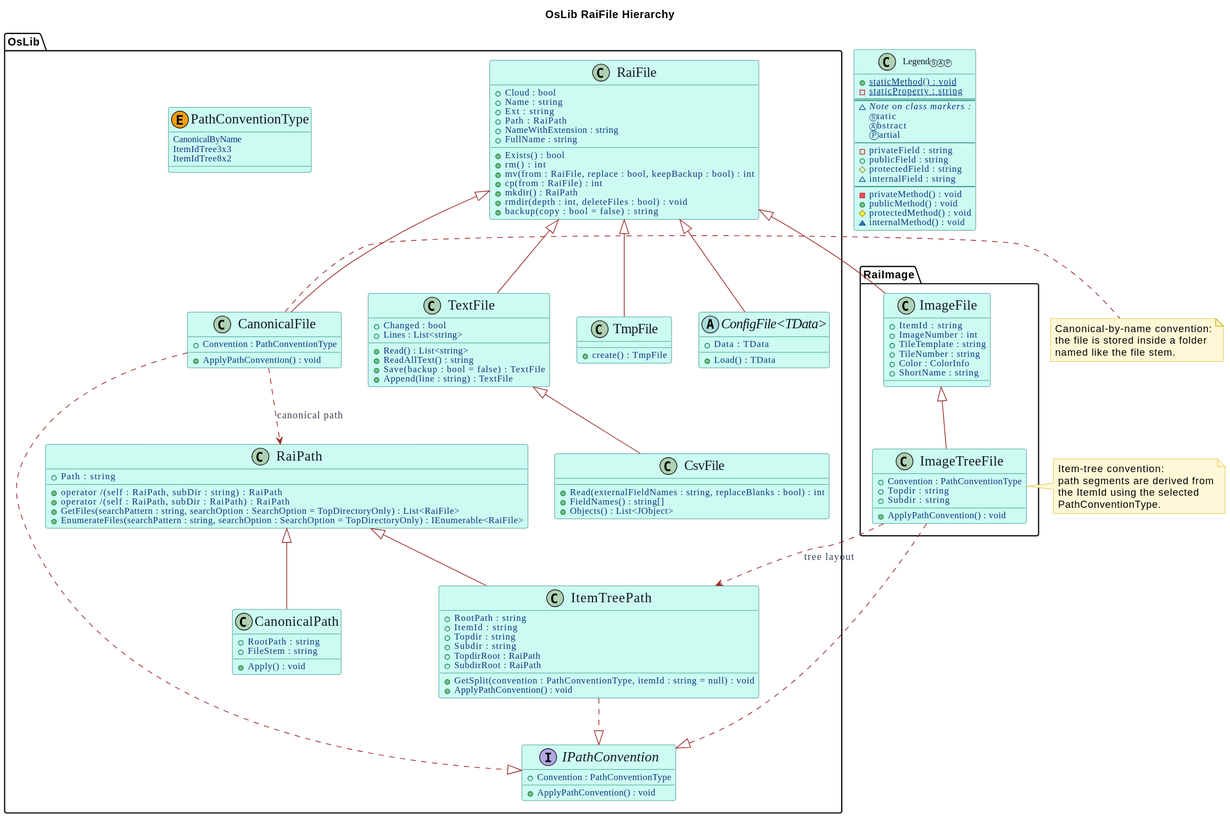
This is OsLib-RaiFile-Hierarchy.svg from Burkhardt/OsLib, a PlantUML export, as it was before one commit.
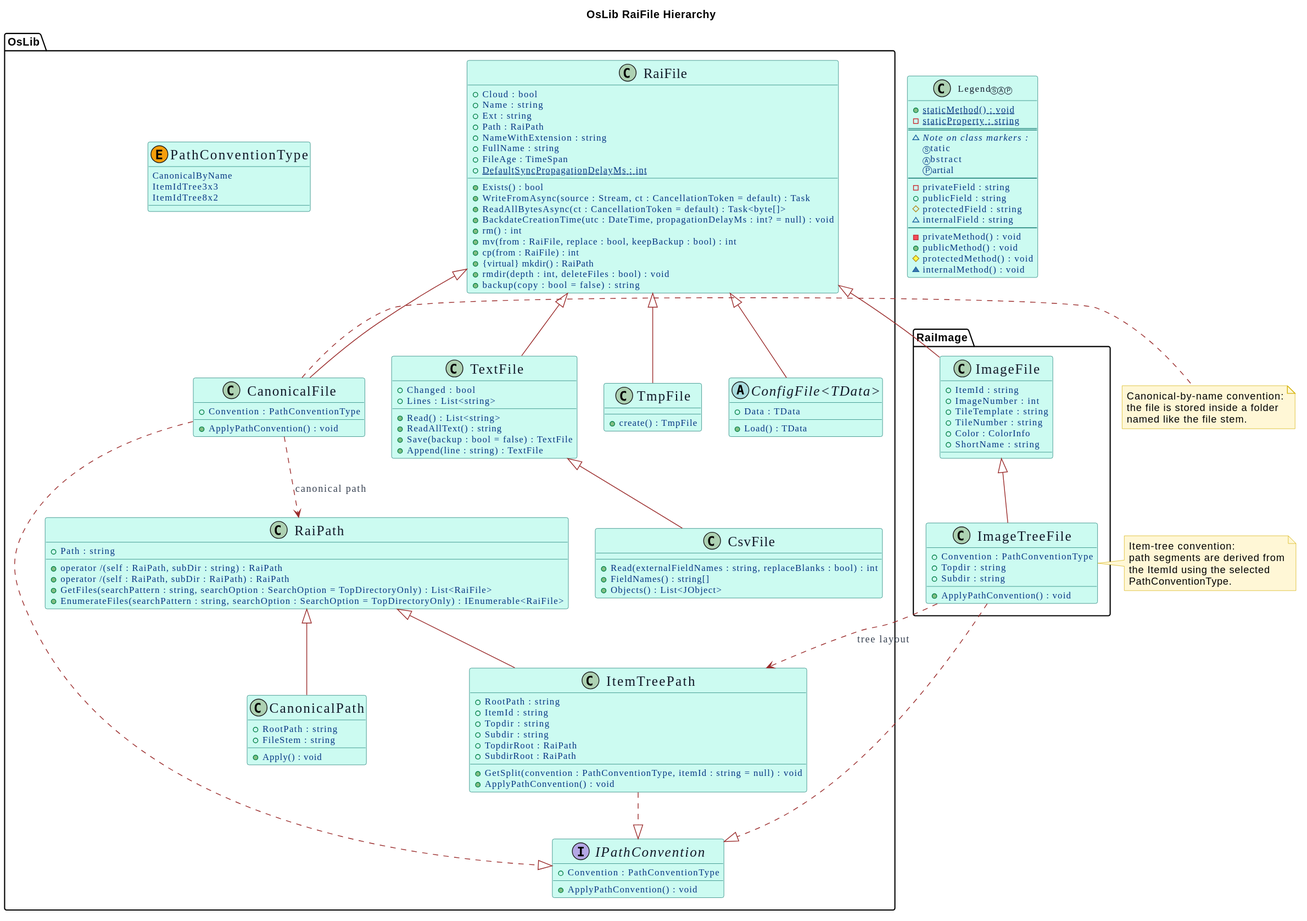
After the change.

The edit, as a diff of the source:
```diff
@@ -76,11 +76,16 @@
 		+Path : RaiPath
 		+NameWithExtension : string
 		+FullName : string
+		+FileAge : TimeSpan
+		+{static} DefaultSyncPropagationDelayMs : int
 		+Exists() : bool
+		+WriteFromAsync(source : Stream, ct : CancellationToken = default) : Task
+		+ReadAllBytesAsync(ct : CancellationToken = default) : Task<byte[]>
+		+BackdateCreationTime(utc : DateTime, propagationDelayMs : int? = null) : void
 		+rm() : int
 		+mv(from : RaiFile, replace : bool, keepBackup : bool) : int
 		+cp(from : RaiFile) : int
-		+mkdir() : RaiPath
+		+{virtual} mkdir() : RaiPath
 		+rmdir(depth : int, deleteFiles : bool) : void
 		+backup(copy : bool = false) : string
 	}
```
